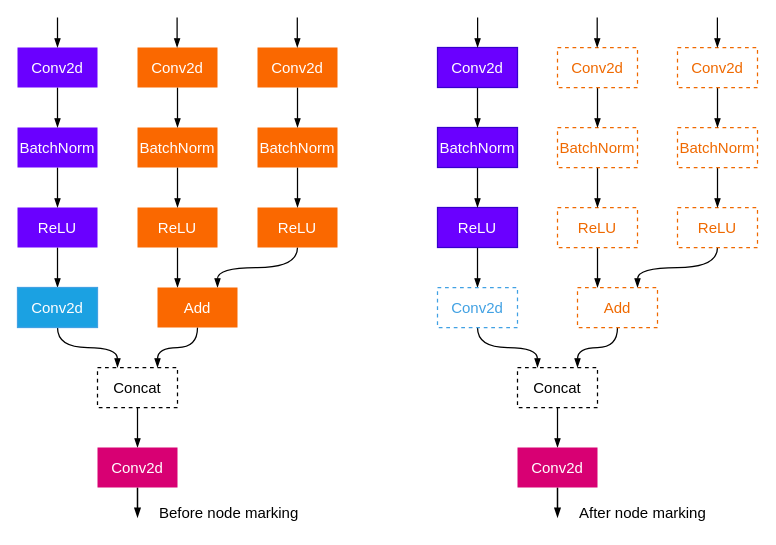
Before: DFS.drawio in hoangtv2000/document-collection, a draw.io diagram. Source tidied: cells renumbered, new cells numbered last; positions are measured from the earlier drawing's top-left corner, leaving out a move shared by most shapes. Both pictures are drawn from the tidied source at 100%, with x=0, y=0 at pixel (17, -73).
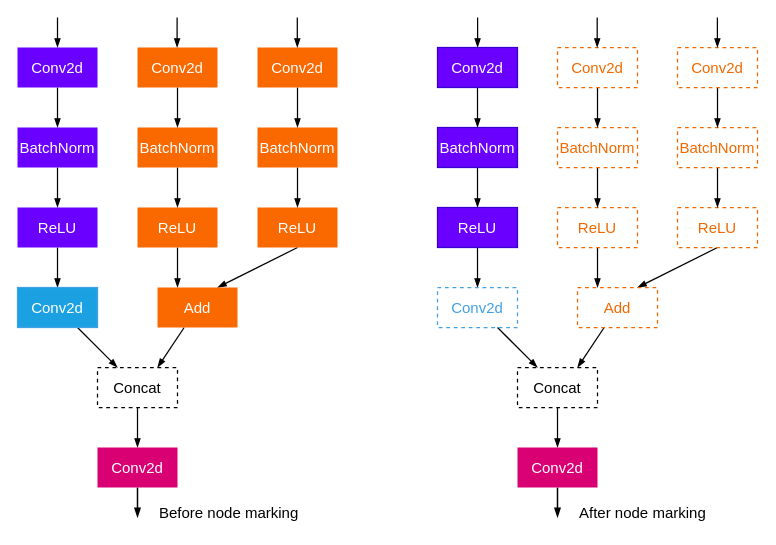
The same page after the edit.

Commit message:
Cập nhật DFS.drawio

Unchanged cells that the change refers to:
```xml
<mxCell id="3" value="Concat" style="rounded=0;whiteSpace=wrap;html=1;dashed=1;strokeWidth=1.25;fontSize=15;" parent="1" vertex="1">
  <mxGeometry x="80" y="440" width="80" height="40" as="geometry" />
</mxCell>
<mxCell id="12" value="Conv2d" style="rounded=0;whiteSpace=wrap;html=1;fillColor=#1ba1e2;strokeColor=#41a1e3;fontColor=#ffffff;strokeWidth=1.25;fontSize=15;" parent="1" vertex="1">
  <mxGeometry y="360" width="80" height="40" as="geometry" />
</mxCell>
<mxCell id="22" value="&lt;font color=&quot;#ffffff&quot; style=&quot;font-size: 15px;&quot;&gt;ReLU&lt;/font&gt;" style="rounded=0;whiteSpace=wrap;html=1;fillColor=#fa6800;fontColor=#ef6900;strokeColor=none;strokeWidth=1.25;fontSize=15;" parent="1" vertex="1">
  <mxGeometry x="240" y="280" width="80" height="40" as="geometry" />
</mxCell>
<mxCell id="28" value="Add" style="rounded=0;whiteSpace=wrap;html=1;fillColor=#fa6800;fontColor=#ffffff;strokeColor=none;strokeWidth=1.25;fontSize=15;" parent="1" vertex="1">
  <mxGeometry x="140" y="360" width="80" height="40" as="geometry" />
</mxCell>
<mxCell id="32" value="Concat" style="rounded=0;whiteSpace=wrap;html=1;dashed=1;strokeWidth=1.25;fontSize=15;" parent="1" vertex="1">
  <mxGeometry x="500" y="440" width="80" height="40" as="geometry" />
</mxCell>
<mxCell id="40" value="&lt;font style=&quot;font-size: 15px;&quot;&gt;Conv2d&lt;/font&gt;" style="rounded=0;whiteSpace=wrap;html=1;fillColor=none;strokeColor=#41a1e3;fontColor=#41a1e3;dashed=1;strokeWidth=1.25;fontSize=15;" parent="1" vertex="1">
  <mxGeometry x="420" y="360" width="80" height="40" as="geometry" />
</mxCell>
<mxCell id="48" value="ReLU" style="rounded=0;whiteSpace=wrap;html=1;fillColor=none;fontColor=#ef6900;strokeColor=#ef6900;dashed=1;strokeWidth=1.25;fontSize=15;" parent="1" vertex="1">
  <mxGeometry x="660" y="280" width="80" height="40" as="geometry" />
</mxCell>
<mxCell id="54" value="Add" style="rounded=0;whiteSpace=wrap;html=1;fillColor=none;fontColor=#ef6900;strokeColor=#ef6900;dashed=1;strokeWidth=1.25;fontSize=15;" parent="1" vertex="1">
  <mxGeometry x="560" y="360" width="80" height="40" as="geometry" />
</mxCell>
```

The edit, as a diff of the source:
```diff
@@
-    <mxCell id="11" style="edgeStyle=orthogonalEdgeStyle;shape=connector;curved=1;rounded=0;jettySize=auto;html=1;entryX=0.25;entryY=0;entryDx=0;entryDy=0;strokeColor=default;strokeWidth=1.25;align=center;verticalAlign=middle;fontFamily=Helvetica;fontSize=15;fontColor=#ffffff;labelBackgroundColor=default;elbow=vertical;endArrow=blockThin;endFill=1;" parent="1" edge="1" source="12" target="3">
+    <mxCell id="11" style="shape=connector;rounded=0;jettySize=auto;html=1;entryX=0.25;entryY=0;entryDx=0;entryDy=0;strokeColor=default;strokeWidth=1.25;align=center;verticalAlign=middle;fontFamily=Helvetica;fontSize=15;fontColor=#ffffff;labelBackgroundColor=default;elbow=vertical;endArrow=blockThin;endFill=1;" parent="1" edge="1" source="12" target="3">
       <mxGeometry relative="1" as="geometry" />
     </mxCell>
@@
-    <mxCell id="21" style="edgeStyle=orthogonalEdgeStyle;shape=connector;curved=1;rounded=0;jettySize=auto;html=1;entryX=0.75;entryY=0;entryDx=0;entryDy=0;strokeColor=default;strokeWidth=1.25;align=center;verticalAlign=middle;fontFamily=Helvetica;fontSize=15;fontColor=#ffffff;labelBackgroundColor=default;elbow=vertical;endArrow=blockThin;endFill=1;exitX=0.5;exitY=1;exitDx=0;exitDy=0;" parent="1" edge="1" source="22" target="28">
+    <mxCell id="21" style="shape=connector;rounded=0;jettySize=auto;html=1;entryX=0.75;entryY=0;entryDx=0;entryDy=0;strokeColor=default;strokeWidth=1.25;align=center;verticalAlign=middle;fontFamily=Helvetica;fontSize=15;fontColor=#ffffff;labelBackgroundColor=default;elbow=vertical;endArrow=blockThin;endFill=1;exitX=0.5;exitY=1;exitDx=0;exitDy=0;" parent="1" edge="1" source="22" target="28">
       <mxGeometry relative="1" as="geometry" />
     </mxCell>
@@
-    <mxCell id="27" style="edgeStyle=orthogonalEdgeStyle;shape=connector;curved=1;rounded=0;jettySize=auto;html=1;entryX=0.75;entryY=0;entryDx=0;entryDy=0;strokeColor=default;strokeWidth=1.25;align=center;verticalAlign=middle;fontFamily=Helvetica;fontSize=15;fontColor=#ffffff;labelBackgroundColor=default;elbow=vertical;endArrow=blockThin;endFill=1;" parent="1" edge="1" source="28" target="3">
+    <mxCell id="27" style="shape=connector;rounded=0;jettySize=auto;html=1;entryX=0.75;entryY=0;entryDx=0;entryDy=0;strokeColor=default;strokeWidth=1.25;align=center;verticalAlign=middle;fontFamily=Helvetica;fontSize=15;fontColor=#ffffff;labelBackgroundColor=default;elbow=vertical;endArrow=blockThin;endFill=1;" parent="1" edge="1" source="28" target="3">
       <mxGeometry relative="1" as="geometry" />
     </mxCell>
@@
-    <mxCell id="39" style="edgeStyle=orthogonalEdgeStyle;shape=connector;curved=1;rounded=0;jettySize=auto;html=1;entryX=0.25;entryY=0;entryDx=0;entryDy=0;strokeColor=default;strokeWidth=1.25;align=center;verticalAlign=middle;fontFamily=Helvetica;fontSize=15;fontColor=#ffffff;labelBackgroundColor=default;elbow=vertical;endArrow=blockThin;endFill=1;" parent="1" edge="1" source="40" target="32">
+    <mxCell id="39" style="shape=connector;rounded=0;jettySize=auto;html=1;entryX=0.25;entryY=0;entryDx=0;entryDy=0;strokeColor=default;strokeWidth=1.25;align=center;verticalAlign=middle;fontFamily=Helvetica;fontSize=15;fontColor=#ffffff;labelBackgroundColor=default;elbow=vertical;endArrow=blockThin;endFill=1;" parent="1" edge="1" source="40" target="32">
       <mxGeometry relative="1" as="geometry" />
     </mxCell>
@@
-    <mxCell id="47" style="edgeStyle=orthogonalEdgeStyle;shape=connector;curved=1;rounded=0;jettySize=auto;html=1;entryX=0.75;entryY=0;entryDx=0;entryDy=0;strokeColor=default;strokeWidth=1.25;align=center;verticalAlign=middle;fontFamily=Helvetica;fontSize=15;fontColor=#ffffff;labelBackgroundColor=default;elbow=vertical;endArrow=blockThin;endFill=1;exitX=0.5;exitY=1;exitDx=0;exitDy=0;" parent="1" edge="1" source="48" target="54">
+    <mxCell id="47" style="shape=connector;rounded=0;jettySize=auto;html=1;entryX=0.75;entryY=0;entryDx=0;entryDy=0;strokeColor=default;strokeWidth=1.25;align=center;verticalAlign=middle;fontFamily=Helvetica;fontSize=15;fontColor=#ffffff;labelBackgroundColor=default;elbow=vertical;endArrow=blockThin;endFill=1;exitX=0.5;exitY=1;exitDx=0;exitDy=0;" parent="1" edge="1" source="48" target="54">
       <mxGeometry relative="1" as="geometry" />
     </mxCell>
@@
-    <mxCell id="53" style="edgeStyle=orthogonalEdgeStyle;shape=connector;curved=1;rounded=0;jettySize=auto;html=1;entryX=0.75;entryY=0;entryDx=0;entryDy=0;strokeColor=default;strokeWidth=1.25;align=center;verticalAlign=middle;fontFamily=Helvetica;fontSize=15;fontColor=#ffffff;labelBackgroundColor=default;elbow=vertical;endArrow=blockThin;endFill=1;" parent="1" edge="1" source="54" target="32">
+    <mxCell id="53" style="shape=connector;rounded=0;jettySize=auto;html=1;entryX=0.75;entryY=0;entryDx=0;entryDy=0;strokeColor=default;strokeWidth=1.25;align=center;verticalAlign=middle;fontFamily=Helvetica;fontSize=15;fontColor=#ffffff;labelBackgroundColor=default;elbow=vertical;endArrow=blockThin;endFill=1;" parent="1" edge="1" source="54" target="32">
       <mxGeometry relative="1" as="geometry" />
     </mxCell>
```
